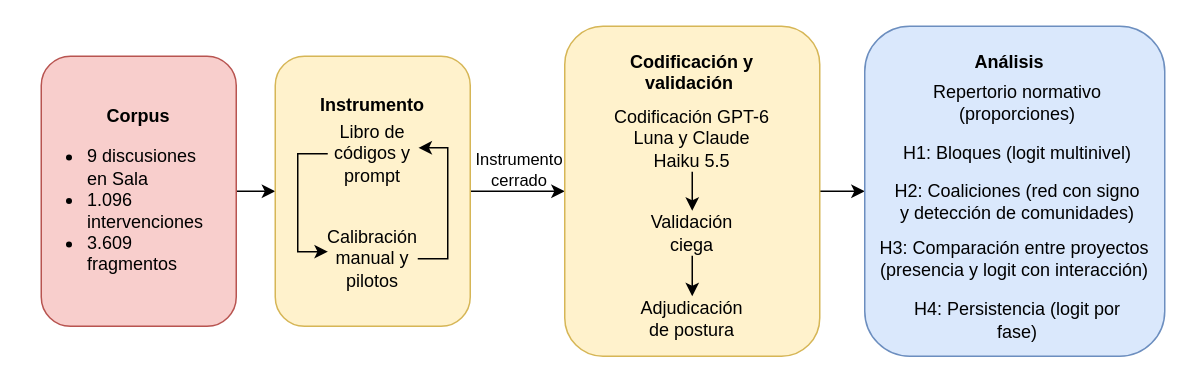
Above: metodología.drawio in ismaelaguayob/thesis (draw.io), before the change. Source tidied: cells renumbered, new cells numbered last; positions are measured from the earlier drawing's top-left corner, leaving out a move shared by most shapes. Both pictures are drawn from the tidied source at 150%, with x=0, y=0 at pixel (26, 26).
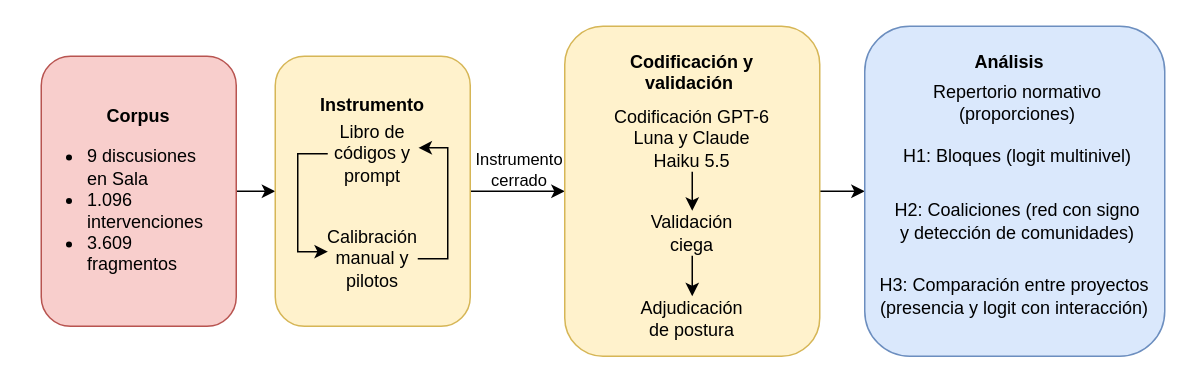
The same page after the edit.

Commit message (it also covers changes not shown here):
Diagramas actualizados

Change to the diagram source:
```diff
@@
     <mxCell id="18" value="H1: Bloques (logit multinivel)" style="text;html=1;whiteSpace=wrap;strokeColor=none;fillColor=none;align=center;verticalAlign=middle;rounded=0;" parent="1" vertex="1">
-      <mxGeometry x="579" y="70" width="164" height="30" as="geometry" />
+      <mxGeometry x="579" y="72" width="164" height="30" as="geometry" />
     </mxCell>
     <mxCell id="19" value="H2: Coaliciones (red con signo y detección de comunidades)" style="text;html=1;whiteSpace=wrap;strokeColor=none;fillColor=none;align=center;verticalAlign=middle;rounded=0;" parent="1" vertex="1">
-      <mxGeometry x="576" y="102" width="170" height="30" as="geometry" />
+      <mxGeometry x="576" y="115" width="170" height="30" as="geometry" />
     </mxCell>
     <mxCell id="20" value="H3: Comparación entre proyectos (presencia y logit con interacción)" style="text;html=1;whiteSpace=wrap;strokeColor=none;fillColor=none;align=center;verticalAlign=middle;rounded=0;" parent="1" vertex="1">
-      <mxGeometry x="565" y="140" width="188" height="30" as="geometry" />
+      <mxGeometry x="565" y="165" width="188" height="30" as="geometry" />
     </mxCell>
-    <mxCell id="21" value="H4: Persistencia (logit por fase)" style="text;html=1;whiteSpace=wrap;strokeColor=none;fillColor=none;align=center;verticalAlign=middle;rounded=0;" parent="1" vertex="1">
-      <mxGeometry x="579" y="181" width="164" height="30" as="geometry" />
-    </mxCell>
```
